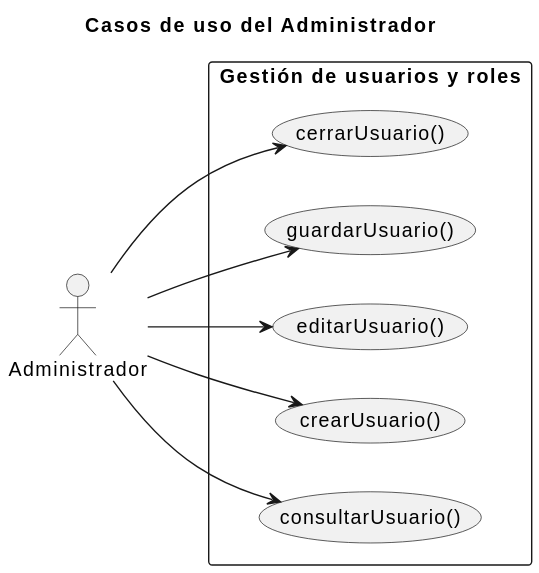
Above: documents/CasosDeUso/CasoDeUso/Administrador/Administrador.svg in enmabry/25-26-IdSw1-SdR (PlantUML), before the change.
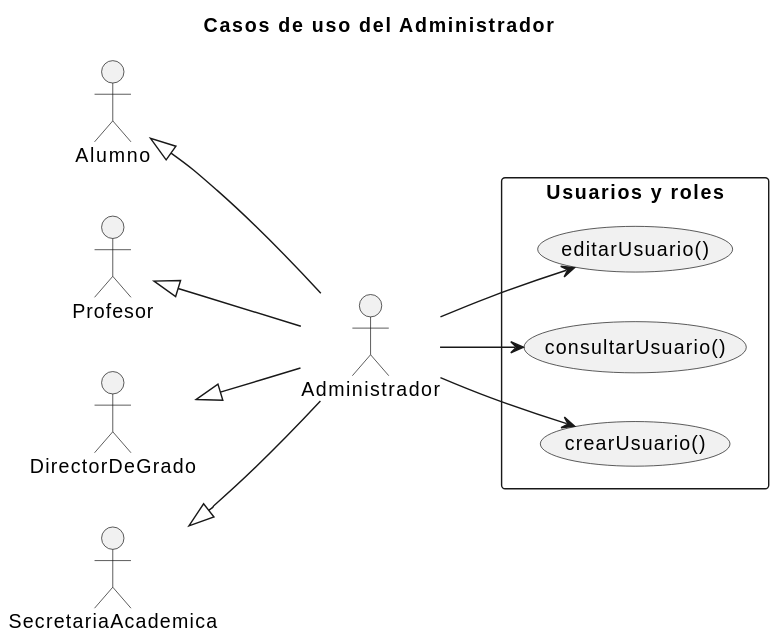
After the change.

Diff of the diagram source:
```diff
@@ -1,22 +1,26 @@
 @startuml
-title Casos de uso del Administrador
+Title Casos de uso del Administrador
 left to right direction
 skinparam packageStyle rectangle
 
+actor Alumno
+actor Profesor
+actor DirectorDeGrado
+actor SecretariaAcademica
 actor Administrador
 
-rectangle "Gestión de usuarios y roles" {
+Alumno <|-- Administrador
+Profesor <|-- Administrador
+DirectorDeGrado <|-- Administrador
+SecretariaAcademica <|-- Administrador
 
-    usecase "consultarUsuario()" as CU_Consultar
-    usecase "crearUsuario()"     as CU_Crear
-    usecase "editarUsuario()"    as CU_Editar
-    usecase "guardarUsuario()"   as CU_Guardar
-    usecase "cerrarUsuario()"    as CU_Cerrar
-}
+    package "Usuarios y roles" {
+        usecase "crearUsuario()"     as UsuariosCrear
+        usecase "consultarUsuario()" as UsuariosConsultar
+        usecase "editarUsuario()"    as UsuariosEditar
+    }
 
-Administrador --> CU_Consultar
-Administrador --> CU_Crear
-Administrador --> CU_Editar
-Administrador --> CU_Guardar
-Administrador --> CU_Cerrar
+    Administrador --> UsuariosCrear
+    Administrador --> UsuariosConsultar
+    Administrador --> UsuariosEditar
 @enduml
```
